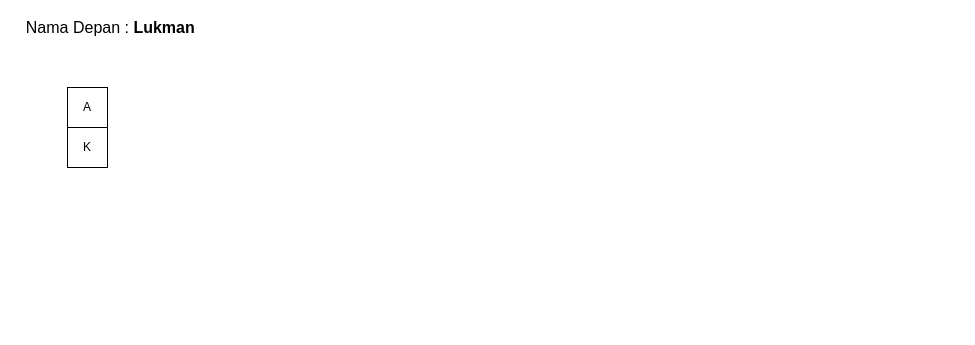
lukmanprasetyo/Flowchart-Information-Theory keeps this draw.io diagram as Untitled Diagram.drawio. Above is the earlier version. Source tidied: cells renumbered, new cells numbered last; positions are measured from the earlier drawing's top-left corner, leaving out a move shared by most shapes. Both pictures are drawn from the tidied source at 100%, with x=0, y=0 at pixel (17, 17).
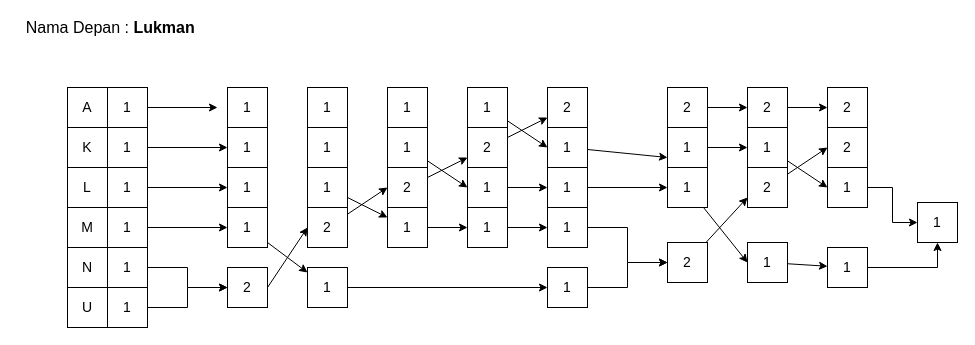
After the change.

Change to the diagram source:
```diff
@@
-    <mxCell id="2" value="A" style="rounded=0;whiteSpace=wrap;html=1;" parent="1" vertex="1">
+    <mxCell id="2" value="A" style="rounded=0;whiteSpace=wrap;html=1;fontSize=14;" parent="1" vertex="1">
       <mxGeometry x="50" y="70" width="40" height="40" as="geometry" />
     </mxCell>
@@
-    <mxCell id="4" value="K" style="rounded=0;whiteSpace=wrap;html=1;" parent="1" vertex="1">
+    <mxCell id="4" value="K" style="rounded=0;whiteSpace=wrap;html=1;fontSize=14;" parent="1" vertex="1">
       <mxGeometry x="50" y="110" width="40" height="40" as="geometry" />
     </mxCell>
+    <mxCell id="5" value="L" style="rounded=0;whiteSpace=wrap;html=1;fontSize=14;" parent="1" vertex="1">
+      <mxGeometry x="50" y="150" width="40" height="40" as="geometry" />
+    </mxCell>
+    <mxCell id="6" value="M" style="rounded=0;whiteSpace=wrap;html=1;fontSize=14;" parent="1" vertex="1">
+      <mxGeometry x="50" y="190" width="40" height="40" as="geometry" />
+    </mxCell>
+    <mxCell id="7" value="N" style="rounded=0;whiteSpace=wrap;html=1;fontSize=14;" parent="1" vertex="1">
+      <mxGeometry x="50" y="230" width="40" height="40" as="geometry" />
+    </mxCell>
+    <mxCell id="8" value="U" style="rounded=0;whiteSpace=wrap;html=1;fontSize=14;" parent="1" vertex="1">
+      <mxGeometry x="50" y="270" width="40" height="40" as="geometry" />
+    </mxCell>
+    <mxCell id="9" style="edgeStyle=none;rounded=0;jettySize=auto;html=1;fontSize=14;" parent="1" edge="1" source="10">
+      <mxGeometry relative="1" as="geometry">
+        <mxPoint x="200" y="90" as="targetPoint" />
+      </mxGeometry>
+    </mxCell>
+    <mxCell id="10" value="1" style="rounded=0;whiteSpace=wrap;html=1;fontSize=14;" parent="1" vertex="1">
+      <mxGeometry x="90" y="70" width="40" height="40" as="geometry" />
+    </mxCell>
+    <mxCell id="11" style="edgeStyle=none;rounded=0;jettySize=auto;html=1;fontSize=14;entryX=0;entryY=0.5;entryDx=0;entryDy=0;" parent="1" edge="1" source="12" target="22">
+      <mxGeometry relative="1" as="geometry" />
+    </mxCell>
+    <mxCell id="12" value="1" style="rounded=0;whiteSpace=wrap;html=1;fontSize=14;" parent="1" vertex="1">
+      <mxGeometry x="90" y="110" width="40" height="40" as="geometry" />
+    </mxCell>
+    <mxCell id="13" style="edgeStyle=none;rounded=0;jettySize=auto;html=1;fontSize=14;entryX=0;entryY=0.5;entryDx=0;entryDy=0;" parent="1" edge="1" source="14" target="23">
+      <mxGeometry relative="1" as="geometry" />
+    </mxCell>
+    <mxCell id="14" value="1" style="rounded=0;whiteSpace=wrap;html=1;fontSize=14;" parent="1" vertex="1">
+      <mxGeometry x="90" y="150" width="40" height="40" as="geometry" />
+    </mxCell>
+    <mxCell id="15" style="edgeStyle=none;rounded=0;jettySize=auto;html=1;fontSize=14;" parent="1" edge="1" source="16" target="25">
+      <mxGeometry relative="1" as="geometry" />
+    </mxCell>
+    <mxCell id="16" value="1" style="rounded=0;whiteSpace=wrap;html=1;fontSize=14;" parent="1" vertex="1">
+      <mxGeometry x="90" y="190" width="40" height="40" as="geometry" />
+    </mxCell>
+    <mxCell id="17" style="edgeStyle=orthogonalEdgeStyle;rounded=0;jettySize=auto;html=1;fontSize=14;" parent="1" edge="1" source="18" target="27">
+      <mxGeometry relative="1" as="geometry" />
+    </mxCell>
+    <mxCell id="18" value="1" style="rounded=0;whiteSpace=wrap;html=1;fontSize=14;" parent="1" vertex="1">
+      <mxGeometry x="90" y="230" width="40" height="40" as="geometry" />
+    </mxCell>
+    <mxCell id="19" style="edgeStyle=orthogonalEdgeStyle;rounded=0;jettySize=auto;html=1;fontSize=14;" parent="1" edge="1" source="20" target="27">
+      <mxGeometry relative="1" as="geometry" />
+    </mxCell>
+    <mxCell id="20" value="1" style="rounded=0;whiteSpace=wrap;html=1;fontSize=14;" parent="1" vertex="1">
+      <mxGeometry x="90" y="270" width="40" height="40" as="geometry" />
+    </mxCell>
+    <mxCell id="21" value="1" style="rounded=0;whiteSpace=wrap;html=1;fontSize=14;" parent="1" vertex="1">
+      <mxGeometry x="210" y="70" width="40" height="40" as="geometry" />
+    </mxCell>
+    <mxCell id="22" value="1" style="rounded=0;whiteSpace=wrap;html=1;fontSize=14;" parent="1" vertex="1">
+      <mxGeometry x="210" y="110" width="40" height="40" as="geometry" />
+    </mxCell>
+    <mxCell id="23" value="1" style="rounded=0;whiteSpace=wrap;html=1;fontSize=14;" parent="1" vertex="1">
+      <mxGeometry x="210" y="150" width="40" height="40" as="geometry" />
+    </mxCell>
+    <mxCell id="24" style="edgeStyle=none;rounded=0;jettySize=auto;html=1;fontSize=14;" parent="1" edge="1" source="25" target="57">
+      <mxGeometry relative="1" as="geometry" />
+    </mxCell>
+    <mxCell id="25" value="1" style="rounded=0;whiteSpace=wrap;html=1;fontSize=14;" parent="1" vertex="1">
+      <mxGeometry x="210" y="190" width="40" height="40" as="geometry" />
+    </mxCell>
+    <mxCell id="26" style="edgeStyle=none;rounded=0;jettySize=auto;html=1;fontSize=14;entryX=0;entryY=0.5;entryDx=0;entryDy=0;exitX=1;exitY=0.5;exitDx=0;exitDy=0;" parent="1" edge="1" source="27" target="33">
+      <mxGeometry relative="1" as="geometry" />
+    </mxCell>
+    <mxCell id="27" value="2" style="rounded=0;whiteSpace=wrap;html=1;fontSize=14;" parent="1" vertex="1">
+      <mxGeometry x="210" y="250" width="40" height="40" as="geometry" />
+    </mxCell>
+    <mxCell id="28" value="1" style="rounded=0;whiteSpace=wrap;html=1;fontSize=14;" parent="1" vertex="1">
+      <mxGeometry x="290" y="70" width="40" height="40" as="geometry" />
+    </mxCell>
+    <mxCell id="29" value="1" style="rounded=0;whiteSpace=wrap;html=1;fontSize=14;" parent="1" vertex="1">
+      <mxGeometry x="290" y="110" width="40" height="40" as="geometry" />
+    </mxCell>
+    <mxCell id="30" value="1" style="rounded=0;whiteSpace=wrap;html=1;fontSize=14;" parent="1" vertex="1">
+      <mxGeometry x="290" y="150" width="40" height="40" as="geometry" />
+    </mxCell>
+    <mxCell id="31" style="edgeStyle=none;rounded=0;jettySize=auto;html=1;fontSize=14;entryX=0;entryY=0.5;entryDx=0;entryDy=0;" parent="1" edge="1" source="33" target="38">
+      <mxGeometry relative="1" as="geometry" />
+    </mxCell>
+    <mxCell id="32" style="edgeStyle=none;rounded=0;jettySize=auto;html=1;fontSize=14;exitX=1;exitY=0.75;exitDx=0;exitDy=0;" parent="1" edge="1" source="30" target="40">
+      <mxGeometry relative="1" as="geometry" />
+    </mxCell>
+    <mxCell id="33" value="2" style="rounded=0;whiteSpace=wrap;html=1;fontSize=14;" parent="1" vertex="1">
+      <mxGeometry x="290" y="190" width="40" height="40" as="geometry" />
+    </mxCell>
+    <mxCell id="34" value="1" style="rounded=0;whiteSpace=wrap;html=1;fontSize=14;" parent="1" vertex="1">
+      <mxGeometry x="370" y="70" width="40" height="40" as="geometry" />
+    </mxCell>
+    <mxCell id="35" style="edgeStyle=none;rounded=0;jettySize=auto;html=1;entryX=0;entryY=0.5;entryDx=0;entryDy=0;fontSize=14;" parent="1" edge="1" source="36" target="46">
+      <mxGeometry relative="1" as="geometry" />
+    </mxCell>
+    <mxCell id="36" value="1" style="rounded=0;whiteSpace=wrap;html=1;fontSize=14;" parent="1" vertex="1">
+      <mxGeometry x="370" y="110" width="40" height="40" as="geometry" />
+    </mxCell>
+    <mxCell id="37" style="edgeStyle=none;rounded=0;jettySize=auto;html=1;fontSize=14;entryX=0;entryY=0.75;entryDx=0;entryDy=0;" parent="1" edge="1" source="38" target="44">
+      <mxGeometry relative="1" as="geometry" />
+    </mxCell>
+    <mxCell id="38" value="2" style="rounded=0;whiteSpace=wrap;html=1;fontSize=14;" parent="1" vertex="1">
+      <mxGeometry x="370" y="150" width="40" height="40" as="geometry" />
+    </mxCell>
+    <mxCell id="39" style="edgeStyle=none;rounded=0;jettySize=auto;html=1;fontSize=14;" parent="1" edge="1" source="40" target="48">
+      <mxGeometry relative="1" as="geometry" />
+    </mxCell>
+    <mxCell id="40" value="1" style="rounded=0;whiteSpace=wrap;html=1;fontSize=14;" parent="1" vertex="1">
+      <mxGeometry x="370" y="190" width="40" height="40" as="geometry" />
+    </mxCell>
+    <mxCell id="41" style="edgeStyle=none;rounded=0;jettySize=auto;html=1;fontSize=14;entryX=0;entryY=0.5;entryDx=0;entryDy=0;" parent="1" edge="1" source="42" target="51">
+      <mxGeometry relative="1" as="geometry" />
+    </mxCell>
+    <mxCell id="42" value="1" style="rounded=0;whiteSpace=wrap;html=1;fontSize=14;" parent="1" vertex="1">
+      <mxGeometry x="450" y="70" width="40" height="40" as="geometry" />
+    </mxCell>
+    <mxCell id="43" style="edgeStyle=none;rounded=0;jettySize=auto;html=1;fontSize=14;entryX=0;entryY=0.75;entryDx=0;entryDy=0;" parent="1" edge="1" source="44" target="49">
+      <mxGeometry relative="1" as="geometry" />
+    </mxCell>
+    <mxCell id="44" value="2" style="rounded=0;whiteSpace=wrap;html=1;fontSize=14;" parent="1" vertex="1">
+      <mxGeometry x="450" y="110" width="40" height="40" as="geometry" />
+    </mxCell>
+    <mxCell id="45" style="edgeStyle=none;rounded=0;jettySize=auto;html=1;fontSize=14;entryX=0;entryY=0.5;entryDx=0;entryDy=0;" parent="1" edge="1" source="46" target="53">
+      <mxGeometry relative="1" as="geometry" />
+    </mxCell>
+    <mxCell id="46" value="1" style="rounded=0;whiteSpace=wrap;html=1;fontSize=14;" parent="1" vertex="1">
+      <mxGeometry x="450" y="150" width="40" height="40" as="geometry" />
+    </mxCell>
+    <mxCell id="47" style="edgeStyle=none;rounded=0;jettySize=auto;html=1;fontSize=14;" parent="1" edge="1" source="48" target="55">
+      <mxGeometry relative="1" as="geometry" />
+    </mxCell>
+    <mxCell id="48" value="1" style="rounded=0;whiteSpace=wrap;html=1;fontSize=14;" parent="1" vertex="1">
+      <mxGeometry x="450" y="190" width="40" height="40" as="geometry" />
+    </mxCell>
+    <mxCell id="49" value="2" style="rounded=0;whiteSpace=wrap;html=1;fontSize=14;" parent="1" vertex="1">
+      <mxGeometry x="530" y="70" width="40" height="40" as="geometry" />
+    </mxCell>
+    <mxCell id="50" style="edgeStyle=none;rounded=0;jettySize=auto;html=1;fontSize=14;entryX=0;entryY=0.75;entryDx=0;entryDy=0;" parent="1" edge="1" source="51" target="65">
+      <mxGeometry relative="1" as="geometry" />
+    </mxCell>
+    <mxCell id="51" value="1" style="rounded=0;whiteSpace=wrap;html=1;fontSize=14;" parent="1" vertex="1">
+      <mxGeometry x="530" y="110" width="40" height="40" as="geometry" />
+    </mxCell>
+    <mxCell id="52" style="edgeStyle=none;rounded=0;jettySize=auto;html=1;fontSize=14;" parent="1" edge="1" source="53" target="67">
+      <mxGeometry relative="1" as="geometry" />
+    </mxCell>
+    <mxCell id="53" value="1" style="rounded=0;whiteSpace=wrap;html=1;fontSize=14;" parent="1" vertex="1">
+      <mxGeometry x="530" y="150" width="40" height="40" as="geometry" />
+    </mxCell>
+    <mxCell id="54" style="edgeStyle=orthogonalEdgeStyle;rounded=0;jettySize=auto;html=1;fontSize=14;" parent="1" edge="1" source="55" target="61">
+      <mxGeometry relative="1" as="geometry" />
+    </mxCell>
+    <mxCell id="55" value="1" style="rounded=0;whiteSpace=wrap;html=1;fontSize=14;" parent="1" vertex="1">
+      <mxGeometry x="530" y="190" width="40" height="40" as="geometry" />
+    </mxCell>
+    <mxCell id="56" style="edgeStyle=none;rounded=0;jettySize=auto;html=1;fontSize=14;" parent="1" edge="1" source="57" target="59">
+      <mxGeometry relative="1" as="geometry" />
+    </mxCell>
+    <mxCell id="57" value="1" style="rounded=0;whiteSpace=wrap;html=1;fontSize=14;" parent="1" vertex="1">
+      <mxGeometry x="290" y="250" width="40" height="40" as="geometry" />
+    </mxCell>
+    <mxCell id="58" style="edgeStyle=orthogonalEdgeStyle;rounded=0;jettySize=auto;html=1;fontSize=14;" parent="1" edge="1" source="59" target="61">
+      <mxGeometry relative="1" as="geometry" />
+    </mxCell>
+    <mxCell id="59" value="1" style="rounded=0;whiteSpace=wrap;html=1;fontSize=14;" parent="1" vertex="1">
+      <mxGeometry x="530" y="250" width="40" height="40" as="geometry" />
+    </mxCell>
+    <mxCell id="60" style="edgeStyle=none;rounded=0;jettySize=auto;html=1;fontSize=14;entryX=0;entryY=0.75;entryDx=0;entryDy=0;" parent="1" edge="1" source="61" target="73">
+      <mxGeometry relative="1" as="geometry" />
+    </mxCell>
+    <mxCell id="61" value="2" style="rounded=0;whiteSpace=wrap;html=1;fontSize=14;" parent="1" vertex="1">
+      <mxGeometry x="650" y="225" width="40" height="40" as="geometry" />
+    </mxCell>
+    <mxCell id="62" style="edgeStyle=none;rounded=0;jettySize=auto;html=1;fontSize=14;entryX=0;entryY=0.5;entryDx=0;entryDy=0;" parent="1" edge="1" source="63" target="69">
+      <mxGeometry relative="1" as="geometry" />
+    </mxCell>
+    <mxCell id="63" value="2" style="rounded=0;whiteSpace=wrap;html=1;fontSize=14;" parent="1" vertex="1">
+      <mxGeometry x="650" y="70" width="40" height="40" as="geometry" />
+    </mxCell>
+    <mxCell id="64" style="edgeStyle=none;rounded=0;jettySize=auto;html=1;fontSize=14;entryX=0;entryY=0.5;entryDx=0;entryDy=0;" parent="1" edge="1" source="65" target="71">
+      <mxGeometry relative="1" as="geometry" />
+    </mxCell>
+    <mxCell id="65" value="1" style="rounded=0;whiteSpace=wrap;html=1;fontSize=14;" parent="1" vertex="1">
+      <mxGeometry x="650" y="110" width="40" height="40" as="geometry" />
+    </mxCell>
+    <mxCell id="66" style="edgeStyle=none;rounded=0;jettySize=auto;html=1;fontSize=14;entryX=0;entryY=0.5;entryDx=0;entryDy=0;" parent="1" edge="1" source="67" target="79">
+      <mxGeometry relative="1" as="geometry" />
+    </mxCell>
+    <mxCell id="67" value="1" style="rounded=0;whiteSpace=wrap;html=1;fontSize=14;" parent="1" vertex="1">
+      <mxGeometry x="650" y="150" width="40" height="40" as="geometry" />
+    </mxCell>
+    <mxCell id="68" style="edgeStyle=none;rounded=0;jettySize=auto;html=1;fontSize=14;entryX=0;entryY=0.5;entryDx=0;entryDy=0;" parent="1" edge="1" source="69" target="74">
+      <mxGeometry relative="1" as="geometry" />
+    </mxCell>
+    <mxCell id="69" value="2" style="rounded=0;whiteSpace=wrap;html=1;fontSize=14;" parent="1" vertex="1">
+      <mxGeometry x="730" y="70" width="40" height="40" as="geometry" />
+    </mxCell>
+    <mxCell id="70" style="edgeStyle=none;rounded=0;jettySize=auto;html=1;fontSize=14;entryX=0;entryY=0.5;entryDx=0;entryDy=0;" parent="1" edge="1" source="71" target="77">
+      <mxGeometry relative="1" as="geometry" />
+    </mxCell>
+    <mxCell id="71" value="1" style="rounded=0;whiteSpace=wrap;html=1;fontSize=14;" parent="1" vertex="1">
+      <mxGeometry x="730" y="110" width="40" height="40" as="geometry" />
+    </mxCell>
+    <mxCell id="72" style="edgeStyle=none;rounded=0;jettySize=auto;html=1;fontSize=14;entryX=0;entryY=0.5;entryDx=0;entryDy=0;" parent="1" edge="1" source="73" target="75">
+      <mxGeometry relative="1" as="geometry" />
+    </mxCell>
+    <mxCell id="73" value="2" style="rounded=0;whiteSpace=wrap;html=1;fontSize=14;" parent="1" vertex="1">
+      <mxGeometry x="730" y="150" width="40" height="40" as="geometry" />
+    </mxCell>
+    <mxCell id="74" value="2" style="rounded=0;whiteSpace=wrap;html=1;fontSize=14;" parent="1" vertex="1">
+      <mxGeometry x="810" y="70" width="40" height="40" as="geometry" />
+    </mxCell>
+    <mxCell id="75" value="2" style="rounded=0;whiteSpace=wrap;html=1;fontSize=14;" parent="1" vertex="1">
+      <mxGeometry x="810" y="110" width="40" height="40" as="geometry" />
+    </mxCell>
+    <mxCell id="76" style="edgeStyle=orthogonalEdgeStyle;rounded=0;jettySize=auto;html=1;fontSize=14;" parent="1" edge="1" source="77" target="82">
+      <mxGeometry relative="1" as="geometry" />
+    </mxCell>
+    <mxCell id="77" value="1" style="rounded=0;whiteSpace=wrap;html=1;fontSize=14;" parent="1" vertex="1">
+      <mxGeometry x="810" y="150" width="40" height="40" as="geometry" />
+    </mxCell>
+    <mxCell id="78" style="edgeStyle=none;rounded=0;jettySize=auto;html=1;fontSize=14;" parent="1" edge="1" source="79" target="81">
+      <mxGeometry relative="1" as="geometry" />
+    </mxCell>
+    <mxCell id="79" value="1" style="rounded=0;whiteSpace=wrap;html=1;fontSize=14;" parent="1" vertex="1">
+      <mxGeometry x="730" y="225" width="40" height="40" as="geometry" />
+    </mxCell>
+    <mxCell id="80" style="edgeStyle=orthogonalEdgeStyle;rounded=0;jettySize=auto;html=1;fontSize=14;" parent="1" edge="1" source="81" target="82">
+      <mxGeometry relative="1" as="geometry" />
+    </mxCell>
+    <mxCell id="81" value="1" style="rounded=0;whiteSpace=wrap;html=1;fontSize=14;" parent="1" vertex="1">
+      <mxGeometry x="810" y="230" width="40" height="40" as="geometry" />
+    </mxCell>
+    <mxCell id="82" value="1" style="rounded=0;whiteSpace=wrap;html=1;fontSize=14;" parent="1" vertex="1">
+      <mxGeometry x="900" y="185" width="40" height="40" as="geometry" />
+    </mxCell>
```
